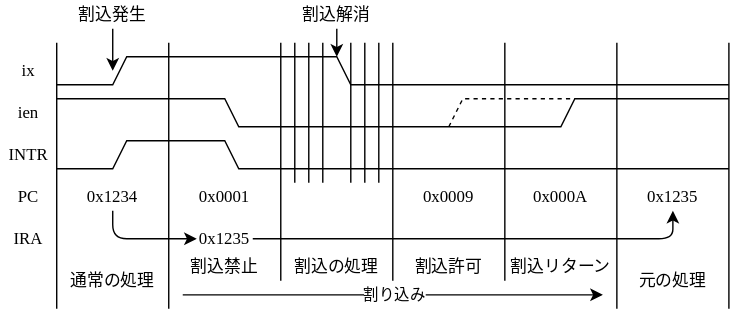
Above: Lab/Computer/RK16/01_Architecture/img/intr_timing.dio.svg in amane-uehara/kanade-k-1228.github.io (draw.io), before the change. Source tidied: cells renumbered, new cells last; positions are measured from the earlier drawing's top-left corner, leaving out a move shared by most shapes.
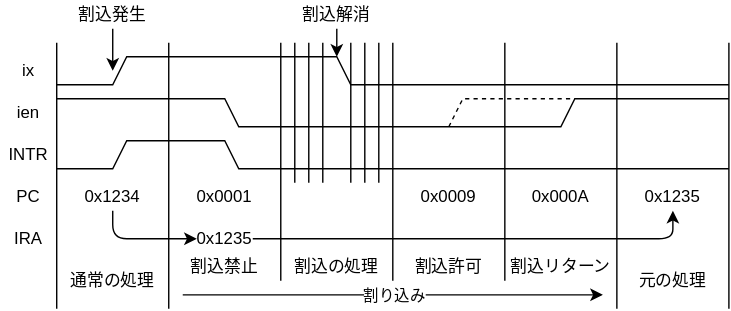
Above is the later version.

The edit, as a diff of the source:
```diff
@@ -2,22 +2,22 @@
   <root>
     <mxCell id="0" />
     <mxCell id="1" parent="0" />
-    <mxCell id="2" style="endArrow=classic;html=1;fontFamily=Tahoma;" parent="1" edge="1">
+    <mxCell id="2" style="endArrow=classic;html=1;fontFamily=Helvetica;" parent="1" edge="1">
       <mxGeometry relative="1" as="geometry">
         <mxPoint x="80" y="20" as="sourcePoint" />
         <mxPoint x="80" y="50" as="targetPoint" />
       </mxGeometry>
     </mxCell>
-    <mxCell id="3" style="endArrow=none;html=1;fontFamily=Tahoma;" parent="1" edge="1">
+    <mxCell id="3" style="endArrow=none;html=1;fontFamily=Helvetica;" parent="1" edge="1">
       <mxGeometry relative="1" as="geometry">
         <mxPoint x="40" y="220" as="sourcePoint" />
         <mxPoint x="40" y="30" as="targetPoint" />
       </mxGeometry>
     </mxCell>
-    <mxCell id="4" value="割込発生" style="text;html=1;strokeColor=none;fillColor=none;align=center;verticalAlign=middle;whiteSpace=wrap;rounded=0;fontFamily=Tahoma;" parent="1" vertex="1">
+    <mxCell id="4" value="割込発生" style="text;html=1;strokeColor=none;fillColor=none;align=center;verticalAlign=middle;whiteSpace=wrap;rounded=0;fontFamily=Helvetica;" parent="1" vertex="1">
       <mxGeometry x="50" width="60" height="20" as="geometry" />
     </mxCell>
-    <mxCell id="5" style="endArrow=none;html=1;rounded=0;fontFamily=Tahoma;" parent="1" edge="1">
+    <mxCell id="5" style="endArrow=none;html=1;rounded=0;fontFamily=Helvetica;" parent="1" edge="1">
       <mxGeometry relative="1" as="geometry">
         <mxPoint x="40" y="120" as="sourcePoint" />
         <mxPoint x="120" y="100" as="targetPoint" />
@@ -27,22 +27,22 @@
         </Array>
       </mxGeometry>
     </mxCell>
-    <mxCell id="6" value="通常の処理" style="text;html=1;strokeColor=none;fillColor=none;align=center;verticalAlign=middle;whiteSpace=wrap;rounded=0;fontFamily=Tahoma;" parent="1" vertex="1">
+    <mxCell id="6" value="通常の処理" style="text;html=1;strokeColor=none;fillColor=none;align=center;verticalAlign=middle;whiteSpace=wrap;rounded=0;fontFamily=Helvetica;" parent="1" vertex="1">
       <mxGeometry x="40" y="190" width="80" height="20" as="geometry" />
     </mxCell>
-    <mxCell id="7" value="INTR" style="text;html=1;strokeColor=none;fillColor=none;align=center;verticalAlign=middle;whiteSpace=wrap;rounded=0;fontFamily=Tahoma;" parent="1" vertex="1">
+    <mxCell id="7" value="INTR" style="text;html=1;strokeColor=none;fillColor=none;align=center;verticalAlign=middle;whiteSpace=wrap;rounded=0;fontFamily=Helvetica;" parent="1" vertex="1">
       <mxGeometry y="100" width="40" height="20" as="geometry" />
     </mxCell>
-    <mxCell id="8" value="割込の処理" style="text;html=1;strokeColor=none;fillColor=none;align=center;verticalAlign=middle;whiteSpace=wrap;rounded=0;fontFamily=Tahoma;" parent="1" vertex="1">
+    <mxCell id="8" value="割込の処理" style="text;html=1;strokeColor=none;fillColor=none;align=center;verticalAlign=middle;whiteSpace=wrap;rounded=0;fontFamily=Helvetica;" parent="1" vertex="1">
       <mxGeometry x="200" y="180" width="80" height="20" as="geometry" />
     </mxCell>
-    <mxCell id="9" style="endArrow=none;html=1;fontFamily=Tahoma;" parent="1" edge="1">
+    <mxCell id="9" style="endArrow=none;html=1;fontFamily=Helvetica;" parent="1" edge="1">
       <mxGeometry relative="1" as="geometry">
         <mxPoint x="220" y="130" as="sourcePoint" />
         <mxPoint x="220" y="30" as="targetPoint" />
       </mxGeometry>
     </mxCell>
-    <mxCell id="10" style="endArrow=none;html=1;rounded=0;fontFamily=Tahoma;" parent="1" edge="1">
+    <mxCell id="10" style="endArrow=none;html=1;rounded=0;fontFamily=Helvetica;" parent="1" edge="1">
       <mxGeometry relative="1" as="geometry">
         <mxPoint x="120" y="100" as="sourcePoint" />
         <mxPoint x="200" y="120" as="targetPoint" />
@@ -52,61 +52,61 @@
         </Array>
       </mxGeometry>
     </mxCell>
-    <mxCell id="11" style="endArrow=none;html=1;fontFamily=Tahoma;" parent="1" edge="1">
+    <mxCell id="11" style="endArrow=none;html=1;fontFamily=Helvetica;" parent="1" edge="1">
       <mxGeometry relative="1" as="geometry">
         <mxPoint x="230" y="130" as="sourcePoint" />
         <mxPoint x="230" y="30" as="targetPoint" />
       </mxGeometry>
     </mxCell>
-    <mxCell id="12" style="endArrow=classic;html=1;fontFamily=Tahoma;" parent="1" edge="1">
+    <mxCell id="12" style="endArrow=classic;html=1;fontFamily=Helvetica;" parent="1" edge="1">
       <mxGeometry relative="1" as="geometry">
         <mxPoint x="240" y="20" as="sourcePoint" />
         <mxPoint x="240" y="40" as="targetPoint" />
       </mxGeometry>
     </mxCell>
-    <mxCell id="13" value="割込解消" style="text;html=1;strokeColor=none;fillColor=none;align=center;verticalAlign=middle;whiteSpace=wrap;rounded=0;fontFamily=Tahoma;" parent="1" vertex="1">
+    <mxCell id="13" value="割込解消" style="text;html=1;strokeColor=none;fillColor=none;align=center;verticalAlign=middle;whiteSpace=wrap;rounded=0;fontFamily=Helvetica;" parent="1" vertex="1">
       <mxGeometry x="210" width="60" height="20" as="geometry" />
     </mxCell>
-    <mxCell id="14" style="endArrow=none;html=1;rounded=0;fontFamily=Tahoma;" parent="1" edge="1">
+    <mxCell id="14" style="endArrow=none;html=1;rounded=0;fontFamily=Helvetica;" parent="1" edge="1">
       <mxGeometry relative="1" as="geometry">
         <mxPoint x="280" y="120" as="sourcePoint" />
         <mxPoint x="520" y="120" as="targetPoint" />
       </mxGeometry>
     </mxCell>
-    <mxCell id="15" style="endArrow=none;html=1;fontFamily=Tahoma;" parent="1" edge="1">
+    <mxCell id="15" style="endArrow=none;html=1;fontFamily=Helvetica;" parent="1" edge="1">
       <mxGeometry relative="1" as="geometry">
         <mxPoint x="260" y="130" as="sourcePoint" />
         <mxPoint x="260" y="30" as="targetPoint" />
       </mxGeometry>
     </mxCell>
-    <mxCell id="16" style="endArrow=none;html=1;fontFamily=Tahoma;" parent="1" edge="1">
+    <mxCell id="16" style="endArrow=none;html=1;fontFamily=Helvetica;" parent="1" edge="1">
       <mxGeometry relative="1" as="geometry">
         <mxPoint x="270" y="130" as="sourcePoint" />
         <mxPoint x="270" y="30" as="targetPoint" />
       </mxGeometry>
     </mxCell>
-    <mxCell id="17" style="endArrow=none;html=1;fontFamily=Tahoma;" parent="1" edge="1">
+    <mxCell id="17" style="endArrow=none;html=1;fontFamily=Helvetica;" parent="1" edge="1">
       <mxGeometry relative="1" as="geometry">
         <mxPoint x="210" y="130" as="sourcePoint" />
         <mxPoint x="210" y="30" as="targetPoint" />
       </mxGeometry>
     </mxCell>
-    <mxCell id="18" value="割込許可" style="text;html=1;strokeColor=none;fillColor=none;align=center;verticalAlign=middle;whiteSpace=wrap;rounded=0;fontFamily=Tahoma;" parent="1" vertex="1">
+    <mxCell id="18" value="割込許可" style="text;html=1;strokeColor=none;fillColor=none;align=center;verticalAlign=middle;whiteSpace=wrap;rounded=0;fontFamily=Helvetica;" parent="1" vertex="1">
       <mxGeometry x="280" y="180" width="80" height="20" as="geometry" />
     </mxCell>
-    <mxCell id="19" value="割込禁止" style="text;html=1;strokeColor=none;fillColor=none;align=center;verticalAlign=middle;whiteSpace=wrap;rounded=0;fontFamily=Tahoma;" parent="1" vertex="1">
+    <mxCell id="19" value="割込禁止" style="text;html=1;strokeColor=none;fillColor=none;align=center;verticalAlign=middle;whiteSpace=wrap;rounded=0;fontFamily=Helvetica;" parent="1" vertex="1">
       <mxGeometry x="120" y="180" width="80" height="20" as="geometry" />
     </mxCell>
-    <mxCell id="20" style="endArrow=none;html=1;rounded=0;fontFamily=Tahoma;" parent="1" edge="1">
+    <mxCell id="20" style="endArrow=none;html=1;rounded=0;fontFamily=Helvetica;" parent="1" edge="1">
       <mxGeometry relative="1" as="geometry">
         <mxPoint x="200" y="120" as="sourcePoint" />
         <mxPoint x="280" y="120" as="targetPoint" />
       </mxGeometry>
     </mxCell>
-    <mxCell id="21" value="ien" style="text;html=1;strokeColor=none;fillColor=none;align=center;verticalAlign=middle;whiteSpace=wrap;rounded=0;fontFamily=Tahoma;" parent="1" vertex="1">
+    <mxCell id="21" value="ien" style="text;html=1;strokeColor=none;fillColor=none;align=center;verticalAlign=middle;whiteSpace=wrap;rounded=0;fontFamily=Helvetica;" parent="1" vertex="1">
       <mxGeometry y="70" width="40" height="20" as="geometry" />
     </mxCell>
-    <mxCell id="22" style="endArrow=none;html=1;rounded=0;fontFamily=Tahoma;" parent="1" edge="1">
+    <mxCell id="22" style="endArrow=none;html=1;rounded=0;fontFamily=Helvetica;" parent="1" edge="1">
       <mxGeometry relative="1" as="geometry">
         <mxPoint x="40" y="70" as="sourcePoint" />
         <mxPoint x="200" y="90" as="targetPoint" />
@@ -116,7 +116,7 @@
         </Array>
       </mxGeometry>
     </mxCell>
-    <mxCell id="23" style="endArrow=none;html=1;rounded=0;fontFamily=Tahoma;" parent="1" edge="1">
+    <mxCell id="23" style="endArrow=none;html=1;rounded=0;fontFamily=Helvetica;" parent="1" edge="1">
       <mxGeometry relative="1" as="geometry">
         <mxPoint x="200" y="90" as="sourcePoint" />
         <mxPoint x="520" y="70" as="targetPoint" />
@@ -126,46 +126,46 @@
         </Array>
       </mxGeometry>
     </mxCell>
-    <mxCell id="24" style="endArrow=none;html=1;fontFamily=Tahoma;" parent="1" edge="1">
+    <mxCell id="24" style="endArrow=none;html=1;fontFamily=Helvetica;" parent="1" edge="1">
       <mxGeometry relative="1" as="geometry">
         <mxPoint x="120" y="220" as="sourcePoint" />
         <mxPoint x="120" y="30" as="targetPoint" />
       </mxGeometry>
     </mxCell>
-    <mxCell id="25" style="endArrow=none;html=1;fontFamily=Tahoma;" parent="1" edge="1">
+    <mxCell id="25" style="endArrow=none;html=1;fontFamily=Helvetica;" parent="1" edge="1">
       <mxGeometry relative="1" as="geometry">
         <mxPoint x="200" y="200" as="sourcePoint" />
         <mxPoint x="200" y="30" as="targetPoint" />
       </mxGeometry>
     </mxCell>
-    <mxCell id="26" style="endArrow=none;html=1;fontFamily=Tahoma;" parent="1" edge="1">
+    <mxCell id="26" style="endArrow=none;html=1;fontFamily=Helvetica;" parent="1" edge="1">
       <mxGeometry relative="1" as="geometry">
         <mxPoint x="280" y="200" as="sourcePoint" />
         <mxPoint x="280" y="30" as="targetPoint" />
       </mxGeometry>
     </mxCell>
-    <mxCell id="27" style="endArrow=none;html=1;fontFamily=Tahoma;" parent="1" edge="1">
+    <mxCell id="27" style="endArrow=none;html=1;fontFamily=Helvetica;" parent="1" edge="1">
       <mxGeometry relative="1" as="geometry">
         <mxPoint x="360" y="200" as="sourcePoint" />
         <mxPoint x="360" y="30" as="targetPoint" />
       </mxGeometry>
     </mxCell>
-    <mxCell id="28" style="endArrow=none;html=1;fontFamily=Tahoma;" parent="1" edge="1">
+    <mxCell id="28" style="endArrow=none;html=1;fontFamily=Helvetica;" parent="1" edge="1">
       <mxGeometry relative="1" as="geometry">
         <mxPoint x="440" y="220" as="sourcePoint" />
         <mxPoint x="440" y="30" as="targetPoint" />
       </mxGeometry>
     </mxCell>
-    <mxCell id="29" style="endArrow=none;html=1;fontFamily=Tahoma;" parent="1" edge="1">
+    <mxCell id="29" style="endArrow=none;html=1;fontFamily=Helvetica;" parent="1" edge="1">
       <mxGeometry relative="1" as="geometry">
         <mxPoint x="520" y="220" as="sourcePoint" />
         <mxPoint x="520" y="30" as="targetPoint" />
       </mxGeometry>
     </mxCell>
-    <mxCell id="30" value="元の処理" style="text;html=1;strokeColor=none;fillColor=none;align=center;verticalAlign=middle;whiteSpace=wrap;rounded=0;fontFamily=Tahoma;" parent="1" vertex="1">
+    <mxCell id="30" value="元の処理" style="text;html=1;strokeColor=none;fillColor=none;align=center;verticalAlign=middle;whiteSpace=wrap;rounded=0;fontFamily=Helvetica;" parent="1" vertex="1">
       <mxGeometry x="440" y="190" width="80" height="20" as="geometry" />
     </mxCell>
-    <mxCell id="31" style="endArrow=none;html=1;rounded=0;dashed=1;fontFamily=Tahoma;" parent="1" edge="1">
+    <mxCell id="31" style="endArrow=none;html=1;rounded=0;dashed=1;fontFamily=Helvetica;" parent="1" edge="1">
       <mxGeometry relative="1" as="geometry">
         <mxPoint x="320" y="90" as="sourcePoint" />
         <mxPoint x="410" y="70" as="targetPoint" />
@@ -174,30 +174,30 @@
         </Array>
       </mxGeometry>
     </mxCell>
-    <mxCell id="32" style="endArrow=classic;html=1;rounded=0;fontFamily=Tahoma;" parent="1" edge="1">
+    <mxCell id="32" style="endArrow=classic;html=1;rounded=0;fontFamily=Helvetica;" parent="1" edge="1">
       <mxGeometry relative="1" as="geometry">
         <mxPoint x="130" y="210" as="sourcePoint" />
         <mxPoint x="430" y="210" as="targetPoint" />
       </mxGeometry>
     </mxCell>
-    <mxCell id="33" value="割り込み" style="edgeLabel;html=1;align=center;verticalAlign=middle;fontFamily=Tahoma;" parent="32" vertex="1">
+    <mxCell id="33" value="割り込み" style="edgeLabel;html=1;align=center;verticalAlign=middle;fontFamily=Helvetica;" parent="32" vertex="1">
       <mxGeometry x="0.1" relative="1" as="geometry">
         <mxPoint x="-15" as="offset" />
       </mxGeometry>
     </mxCell>
-    <mxCell id="34" style="endArrow=none;html=1;fontFamily=Tahoma;" parent="1" edge="1">
+    <mxCell id="34" style="endArrow=none;html=1;fontFamily=Helvetica;" parent="1" edge="1">
       <mxGeometry relative="1" as="geometry">
         <mxPoint x="250" y="130" as="sourcePoint" />
         <mxPoint x="250" y="30" as="targetPoint" />
       </mxGeometry>
     </mxCell>
-    <mxCell id="35" value="PC" style="text;html=1;strokeColor=none;fillColor=none;align=center;verticalAlign=middle;whiteSpace=wrap;rounded=0;fontFamily=Tahoma;" parent="1" vertex="1">
+    <mxCell id="35" value="PC" style="text;html=1;strokeColor=none;fillColor=none;align=center;verticalAlign=middle;whiteSpace=wrap;rounded=0;fontFamily=Helvetica;" parent="1" vertex="1">
       <mxGeometry y="130" width="40" height="20" as="geometry" />
     </mxCell>
-    <mxCell id="36" value="ix" style="text;html=1;strokeColor=none;fillColor=none;align=center;verticalAlign=middle;whiteSpace=wrap;rounded=0;fontFamily=Tahoma;" parent="1" vertex="1">
+    <mxCell id="36" value="ix" style="text;html=1;strokeColor=none;fillColor=none;align=center;verticalAlign=middle;whiteSpace=wrap;rounded=0;fontFamily=Helvetica;" parent="1" vertex="1">
       <mxGeometry y="40" width="40" height="20" as="geometry" />
     </mxCell>
-    <mxCell id="37" style="endArrow=none;html=1;rounded=0;fontFamily=Tahoma;" parent="1" edge="1">
+    <mxCell id="37" style="endArrow=none;html=1;rounded=0;fontFamily=Helvetica;" parent="1" edge="1">
       <mxGeometry relative="1" as="geometry">
         <mxPoint x="40" y="60" as="sourcePoint" />
         <mxPoint x="520" y="60" as="targetPoint" />
@@ -209,31 +209,31 @@
         </Array>
       </mxGeometry>
     </mxCell>
-    <mxCell id="38" value="0x1234" style="text;html=1;strokeColor=none;fillColor=none;align=center;verticalAlign=middle;whiteSpace=wrap;rounded=0;fontFamily=Tahoma;" parent="1" vertex="1">
+    <mxCell id="38" value="0x1234" style="text;html=1;strokeColor=none;fillColor=none;align=center;verticalAlign=middle;whiteSpace=wrap;rounded=0;fontFamily=Helvetica;" parent="1" vertex="1">
       <mxGeometry x="40" y="130" width="80" height="20" as="geometry" />
     </mxCell>
-    <mxCell id="39" value="IRA" style="text;html=1;strokeColor=none;fillColor=none;align=center;verticalAlign=middle;whiteSpace=wrap;rounded=0;fontFamily=Tahoma;" parent="1" vertex="1">
+    <mxCell id="39" value="IRA" style="text;html=1;strokeColor=none;fillColor=none;align=center;verticalAlign=middle;whiteSpace=wrap;rounded=0;fontFamily=Helvetica;" parent="1" vertex="1">
       <mxGeometry y="160" width="40" height="20" as="geometry" />
     </mxCell>
-    <mxCell id="40" value="0x1235" style="text;html=1;strokeColor=none;fillColor=none;align=center;verticalAlign=middle;whiteSpace=wrap;rounded=0;fontFamily=Tahoma;" parent="1" vertex="1">
+    <mxCell id="40" value="0x1235" style="text;html=1;strokeColor=none;fillColor=none;align=center;verticalAlign=middle;whiteSpace=wrap;rounded=0;fontFamily=Helvetica;" parent="1" vertex="1">
       <mxGeometry x="120" y="160" width="80" height="20" as="geometry" />
     </mxCell>
-    <mxCell id="41" value="0x0001" style="text;html=1;strokeColor=none;fillColor=none;align=center;verticalAlign=middle;whiteSpace=wrap;rounded=0;fontFamily=Tahoma;" parent="1" vertex="1">
+    <mxCell id="41" value="0x0001" style="text;html=1;strokeColor=none;fillColor=none;align=center;verticalAlign=middle;whiteSpace=wrap;rounded=0;fontFamily=Helvetica;" parent="1" vertex="1">
       <mxGeometry x="120" y="130" width="80" height="20" as="geometry" />
     </mxCell>
-    <mxCell id="42" value="0x0009" style="text;html=1;strokeColor=none;fillColor=none;align=center;verticalAlign=middle;whiteSpace=wrap;rounded=0;fontFamily=Tahoma;" parent="1" vertex="1">
+    <mxCell id="42" value="0x0009" style="text;html=1;strokeColor=none;fillColor=none;align=center;verticalAlign=middle;whiteSpace=wrap;rounded=0;fontFamily=Helvetica;" parent="1" vertex="1">
       <mxGeometry x="280" y="130" width="80" height="20" as="geometry" />
     </mxCell>
-    <mxCell id="43" value="0x000A" style="text;html=1;strokeColor=none;fillColor=none;align=center;verticalAlign=middle;whiteSpace=wrap;rounded=0;fontFamily=Tahoma;" parent="1" vertex="1">
+    <mxCell id="43" value="0x000A" style="text;html=1;strokeColor=none;fillColor=none;align=center;verticalAlign=middle;whiteSpace=wrap;rounded=0;fontFamily=Helvetica;" parent="1" vertex="1">
       <mxGeometry x="360" y="130" width="80" height="20" as="geometry" />
     </mxCell>
-    <mxCell id="44" value="割込リターン" style="text;html=1;strokeColor=none;fillColor=none;align=center;verticalAlign=middle;whiteSpace=wrap;rounded=0;fontFamily=Tahoma;" parent="1" vertex="1">
+    <mxCell id="44" value="割込リターン" style="text;html=1;strokeColor=none;fillColor=none;align=center;verticalAlign=middle;whiteSpace=wrap;rounded=0;fontFamily=Helvetica;" parent="1" vertex="1">
       <mxGeometry x="360" y="180" width="80" height="20" as="geometry" />
     </mxCell>
-    <mxCell id="45" value="0x1235" style="text;html=1;strokeColor=none;fillColor=none;align=center;verticalAlign=middle;whiteSpace=wrap;rounded=0;fontFamily=Tahoma;" parent="1" vertex="1">
+    <mxCell id="45" value="0x1235" style="text;html=1;strokeColor=none;fillColor=none;align=center;verticalAlign=middle;whiteSpace=wrap;rounded=0;fontFamily=Helvetica;" parent="1" vertex="1">
       <mxGeometry x="440" y="130" width="80" height="20" as="geometry" />
     </mxCell>
-    <mxCell id="46" style="endArrow=classic;html=1;rounded=1;fontFamily=Tahoma;" parent="1" edge="1">
+    <mxCell id="46" style="endArrow=classic;html=1;rounded=1;fontFamily=Helvetica;" parent="1" edge="1">
       <mxGeometry relative="1" as="geometry">
         <mxPoint x="180" y="170" as="sourcePoint" />
         <mxPoint x="480" y="150" as="targetPoint" />
@@ -242,7 +242,7 @@
         </Array>
       </mxGeometry>
     </mxCell>
-    <mxCell id="47" style="endArrow=classic;html=1;rounded=1;fontFamily=Tahoma;" parent="1" edge="1">
+    <mxCell id="47" style="endArrow=classic;html=1;rounded=1;fontFamily=Helvetica;" parent="1" edge="1">
       <mxGeometry relative="1" as="geometry">
         <mxPoint x="80" y="150" as="sourcePoint" />
         <mxPoint x="140" y="170" as="targetPoint" />
```
